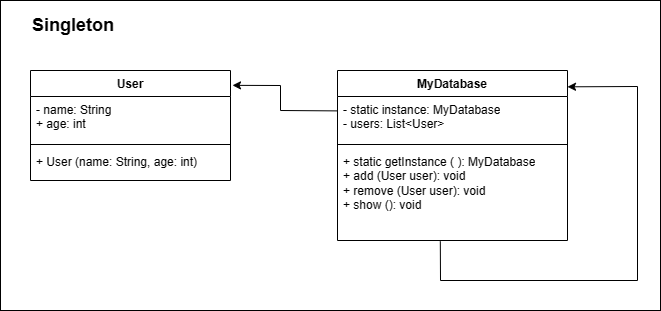
Above: Diagramas_UML/Singleton.png in ClaudiaCBS/ADS04_IES300 (draw.io), before the change. Source tidied: cells renumbered, new cells last; positions are measured from the earlier drawing's top-left corner, leaving out a move shared by most shapes. The source it was exported from:
```xml
<mxGraphModel>
  <root>
    <mxCell id="0" />
    <mxCell id="1" parent="0" />
    <mxCell id="2" style="rounded=0;whiteSpace=wrap;html=1;" parent="1" vertex="1">
      <mxGeometry width="660" height="310" as="geometry" />
    </mxCell>
    <mxCell id="3" value="User" style="swimlane;fontStyle=1;align=center;verticalAlign=top;horizontal=1;startSize=26;whiteSpace=wrap;html=1;" parent="1" vertex="1">
      <mxGeometry x="30" y="70" width="200" height="110" as="geometry" />
    </mxCell>
    <mxCell id="4" value="- name: String&lt;div&gt;+ age: int&lt;/div&gt;" style="text;strokeColor=none;fillColor=none;align=left;verticalAlign=top;spacingLeft=4;spacingRight=4;overflow=hidden;whiteSpace=wrap;html=1;" parent="3" vertex="1">
      <mxGeometry y="26" width="200" height="44" as="geometry" />
    </mxCell>
    <mxCell id="5" style="line;strokeWidth=1;fillColor=none;align=left;verticalAlign=middle;spacingTop=-1;spacingLeft=3;spacingRight=3;labelPosition=right;strokeColor=inherit;" parent="3" vertex="1">
      <mxGeometry y="70" width="200" height="8" as="geometry" />
    </mxCell>
    <mxCell id="6" value="+ User (name: String, age: int)" style="text;strokeColor=none;fillColor=none;align=left;verticalAlign=top;spacingLeft=4;spacingRight=4;overflow=hidden;whiteSpace=wrap;html=1;" parent="3" vertex="1">
      <mxGeometry y="78" width="200" height="32" as="geometry" />
    </mxCell>
    <mxCell id="7" value="MyDatabase" style="swimlane;fontStyle=1;align=center;verticalAlign=top;horizontal=1;startSize=26;whiteSpace=wrap;html=1;" parent="1" vertex="1">
      <mxGeometry x="337" y="70" width="230" height="170" as="geometry" />
    </mxCell>
    <mxCell id="8" value="- static instance: MyDatabase&lt;div&gt;- users: List&amp;lt;User&amp;gt;&lt;/div&gt;" style="text;strokeColor=none;fillColor=none;align=left;verticalAlign=top;spacingLeft=4;spacingRight=4;overflow=hidden;points=[[0,0.5],[1,0.5]];portConstraint=eastwest;whiteSpace=wrap;html=1;" parent="7" vertex="1">
      <mxGeometry y="26" width="230" height="44" as="geometry" />
    </mxCell>
    <mxCell id="9" style="line;strokeWidth=1;fillColor=none;align=left;verticalAlign=middle;spacingTop=-1;spacingLeft=3;spacingRight=3;labelPosition=right;strokeColor=inherit;" parent="7" vertex="1">
      <mxGeometry y="70" width="230" height="8" as="geometry" />
    </mxCell>
    <mxCell id="10" value="+ static getInstance ( ): MyDatabase&lt;div&gt;+ add (User user): void&lt;/div&gt;&lt;div&gt;+ remove (User user): void&lt;br&gt;&lt;/div&gt;&lt;div&gt;+ show (): void&lt;br&gt;&lt;/div&gt;" style="text;strokeColor=none;fillColor=none;align=left;verticalAlign=top;spacingLeft=4;spacingRight=4;overflow=hidden;points=[[0,0.5],[1,0.5]];portConstraint=eastwest;whiteSpace=wrap;html=1;" parent="7" vertex="1">
      <mxGeometry y="78" width="230" height="92" as="geometry" />
    </mxCell>
    <mxCell id="11" style="endArrow=none;html=1;rounded=0;entryX=0.447;entryY=1.009;entryDx=0;entryDy=0;entryPerimeter=0;exitX=1;exitY=0.096;exitDx=0;exitDy=0;exitPerimeter=0;endFill=0;startArrow=classic;startFill=1;" parent="7" edge="1" source="7" target="10">
      <mxGeometry relative="1" as="geometry">
        <Array as="points">
          <mxPoint x="300" y="16" />
          <mxPoint x="300" y="210" />
          <mxPoint x="103" y="210" />
        </Array>
      </mxGeometry>
    </mxCell>
    <mxCell id="12" style="endArrow=none;html=1;rounded=0;entryX=-0.002;entryY=0.327;entryDx=0;entryDy=0;entryPerimeter=0;exitX=1.01;exitY=0.135;exitDx=0;exitDy=0;exitPerimeter=0;startArrow=classic;startFill=1;" parent="1" edge="1" source="3" target="8">
      <mxGeometry relative="1" as="geometry">
        <Array as="points">
          <mxPoint x="280" y="85" />
          <mxPoint x="280" y="110" />
        </Array>
      </mxGeometry>
    </mxCell>
    <mxCell id="13" value="Singleton" style="text;html=1;align=left;verticalAlign=middle;whiteSpace=wrap;rounded=0;fontStyle=1;fontSize=18;" parent="1" vertex="1">
      <mxGeometry x="30" width="160" height="50" as="geometry" />
    </mxCell>
  </root>
</mxGraphModel>
```
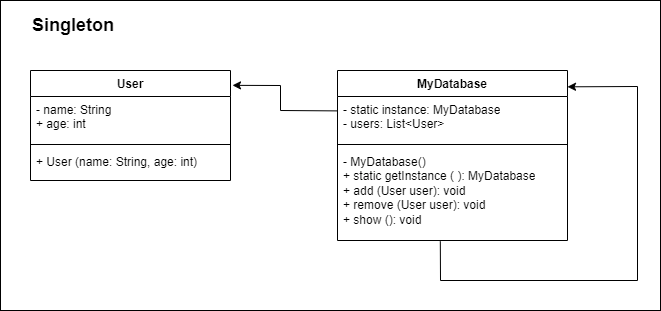
After the change.

Commit message:
Correção UML Singleton

The edit, as a diff of the source:
```diff
@@ -2,9 +2,9 @@
   <root>
     <mxCell id="0" />
     <mxCell id="1" parent="0" />
-    <mxCell id="2" style="rounded=0;whiteSpace=wrap;html=1;" parent="1" vertex="1">
-      <mxGeometry width="660" height="310" as="geometry" />
-    </mxCell>
+    <mxCell id="14" style="rounded=0;whiteSpace=wrap;html=1;" parent="1" vertex="1">
+      <mxGeometry width="660" height="310" as="geometry" />
+    </mxCell>
     <mxCell id="3" value="User" style="swimlane;fontStyle=1;align=center;verticalAlign=top;horizontal=1;startSize=26;whiteSpace=wrap;html=1;" parent="1" vertex="1">
       <mxGeometry x="30" y="70" width="200" height="110" as="geometry" />
     </mxCell>
@@ -26,18 +26,18 @@
     <mxCell id="9" style="line;strokeWidth=1;fillColor=none;align=left;verticalAlign=middle;spacingTop=-1;spacingLeft=3;spacingRight=3;labelPosition=right;strokeColor=inherit;" parent="7" vertex="1">
       <mxGeometry y="70" width="230" height="8" as="geometry" />
     </mxCell>
-    <mxCell id="10" value="+ static getInstance ( ): MyDatabase&lt;div&gt;+ add (User user): void&lt;/div&gt;&lt;div&gt;+ remove (User user): void&lt;br&gt;&lt;/div&gt;&lt;div&gt;+ show (): void&lt;br&gt;&lt;/div&gt;" style="text;strokeColor=none;fillColor=none;align=left;verticalAlign=top;spacingLeft=4;spacingRight=4;overflow=hidden;points=[[0,0.5],[1,0.5]];portConstraint=eastwest;whiteSpace=wrap;html=1;" parent="7" vertex="1">
-      <mxGeometry y="78" width="230" height="92" as="geometry" />
-    </mxCell>
-    <mxCell id="11" style="endArrow=none;html=1;rounded=0;entryX=0.447;entryY=1.009;entryDx=0;entryDy=0;entryPerimeter=0;exitX=1;exitY=0.096;exitDx=0;exitDy=0;exitPerimeter=0;endFill=0;startArrow=classic;startFill=1;" parent="7" edge="1" source="7" target="10">
-      <mxGeometry relative="1" as="geometry">
-        <Array as="points">
-          <mxPoint x="300" y="16" />
-          <mxPoint x="300" y="210" />
-          <mxPoint x="103" y="210" />
-        </Array>
-      </mxGeometry>
-    </mxCell>
+    <mxCell id="15" value="&lt;div&gt;- MyDatabase()&lt;/div&gt;+ static getInstance ( ): MyDatabase&lt;div&gt;+ add (User user): void&lt;/div&gt;&lt;div&gt;+ remove (User user): void&lt;br&gt;&lt;/div&gt;&lt;div&gt;+ show (): void&lt;br&gt;&lt;/div&gt;" style="text;strokeColor=none;fillColor=none;align=left;verticalAlign=top;spacingLeft=4;spacingRight=4;overflow=hidden;points=[[0,0.5],[1,0.5]];portConstraint=eastwest;whiteSpace=wrap;html=1;" parent="7" vertex="1">
+      <mxGeometry y="78" width="230" height="92" as="geometry" />
+    </mxCell>
+    <mxCell id="16" style="endArrow=none;html=1;rounded=0;entryX=0.447;entryY=1.009;entryDx=0;entryDy=0;entryPerimeter=0;exitX=1;exitY=0.096;exitDx=0;exitDy=0;exitPerimeter=0;endFill=0;startArrow=classic;startFill=1;" parent="7" edge="1" source="7" target="15">
+      <mxGeometry relative="1" as="geometry">
+        <Array as="points">
+          <mxPoint x="300" y="16" />
+          <mxPoint x="300" y="210" />
+          <mxPoint x="103" y="210" />
+        </Array>
+      </mxGeometry>
+    </mxCell>
     <mxCell id="12" style="endArrow=none;html=1;rounded=0;entryX=-0.002;entryY=0.327;entryDx=0;entryDy=0;entryPerimeter=0;exitX=1.01;exitY=0.135;exitDx=0;exitDy=0;exitPerimeter=0;startArrow=classic;startFill=1;" parent="1" edge="1" source="3" target="8">
       <mxGeometry relative="1" as="geometry">
         <Array as="points">
```
